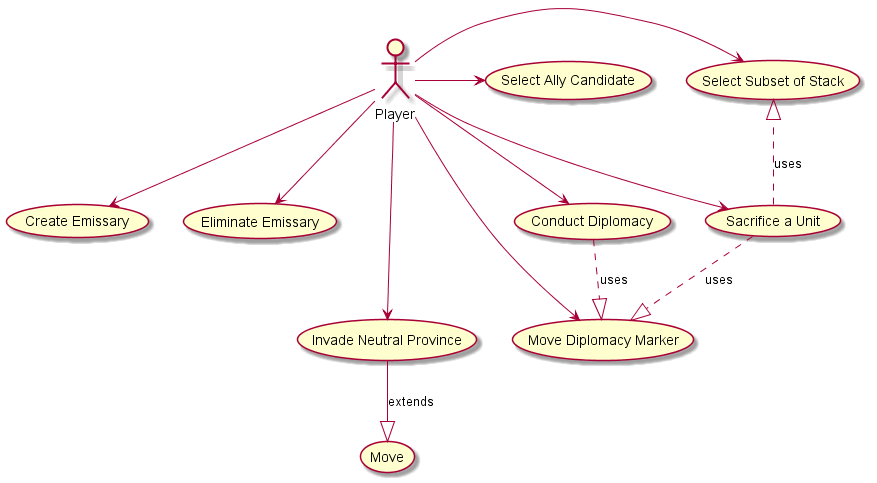
clif7786/hw2_a keeps this PlantUML diagram as jasz_diagrams/use_cases_diplomacy.png. Above is the earlier version.
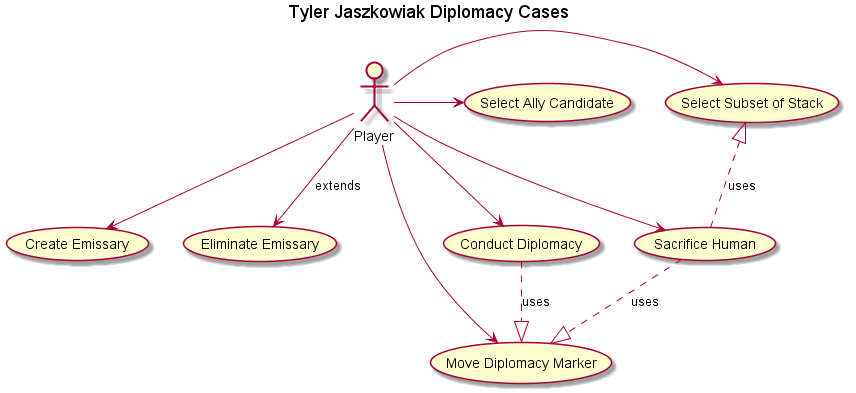
After the change.

The edit, as a diff of the source:
```diff
@@ -1,4 +1,7 @@
 @startuml
+
+title Tyler Jaszkowiak Diplomacy Cases
+
 actor Player
 
 
@@ -7,15 +10,13 @@
 
 Player ->      (Select Ally Candidate)
 Player -->     (Create Emissary)
-Player -->     (Eliminate Emissary)
-Player --->    (Invade Neutral Province)
-(Invade Neutral Province) --|> (Move) :extends
+Player -->     (Eliminate Emissary):extends
 Player --->    (Move Diplomacy Marker)
 Player -->     (Conduct Diplomacy)
-Player -->     (Sacrifice a Unit)
-(Sacrifice a Unit) ..|>  (Select Subset of Stack) :uses
+Player -->     (Sacrifice Human)
+(Sacrifice Human) ..|>  (Select Subset of Stack) :uses
 (Conduct Diplomacy) ..|> (Move Diplomacy Marker) :uses
-(Sacrifice a Unit)  ..|> (Move Diplomacy Marker) :uses
+(Sacrifice Human)  ..|> (Move Diplomacy Marker) :uses
 
 
 @enduml
```
